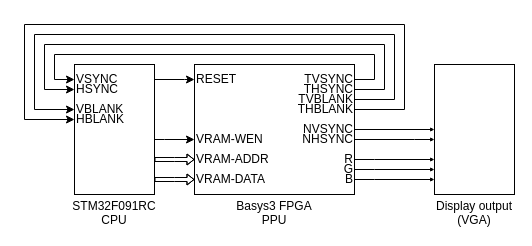
This is page "level-1" (1 of 3) of docs/ppu.drawio from lonkaars/avans-arcade, a draw.io file, before an edit. Source tidied: cells renumbered, new cells numbered last; positions are measured from the earlier drawing's top-left corner, leaving out a move shared by most shapes. Both pictures are drawn from the tidied source at 100%, with x=0, y=0 at pixel (24, 24).
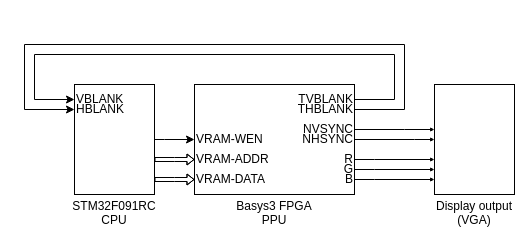
Above is the later version.

Unchanged cells that the change refers to:
```xml
<mxCell id="14" value="VRAM-ADDR" style="text;html=1;strokeColor=none;fillColor=none;align=left;verticalAlign=middle;whiteSpace=wrap;rounded=0;spacing=0;spacingRight=-100;spacingLeft=2;" parent="1" vertex="1">
  <mxGeometry x="170" y="130" height="10" as="geometry" />
</mxCell>
<mxCell id="16" value="VRAM-DATA" style="text;html=1;strokeColor=none;fillColor=none;align=left;verticalAlign=middle;whiteSpace=wrap;rounded=0;spacing=0;spacingRight=-100;spacingLeft=2;" parent="1" vertex="1">
  <mxGeometry x="170" y="150" height="10" as="geometry" />
</mxCell>
<mxCell id="19" value="VRAM-WEN" style="text;html=1;strokeColor=none;fillColor=none;align=left;verticalAlign=middle;whiteSpace=wrap;rounded=0;spacing=0;spacingRight=-100;spacingLeft=2;" parent="1" vertex="1">
  <mxGeometry x="170" y="110" height="10" as="geometry" />
</mxCell>
<mxCell id="25" value="NVSYNC" style="text;html=1;strokeColor=none;fillColor=none;align=right;verticalAlign=middle;whiteSpace=wrap;rounded=0;spacing=0;spacingRight=2;" parent="24" vertex="1">
  <mxGeometry height="10" as="geometry" />
</mxCell>
<mxCell id="31" value="TVBLANK" style="text;html=1;strokeColor=none;fillColor=none;align=right;verticalAlign=middle;whiteSpace=wrap;rounded=0;spacing=0;spacingRight=2;" parent="30" vertex="1">
  <mxGeometry height="10" as="geometry" />
</mxCell>
<mxCell id="32" value="THBLANK" style="text;html=1;strokeColor=none;fillColor=none;align=right;verticalAlign=middle;whiteSpace=wrap;rounded=0;spacing=0;spacingRight=2;" parent="30" vertex="1">
  <mxGeometry y="10" height="10" as="geometry" />
</mxCell>
```

What changed in the source:
```diff
@@
     <mxCell id="2" value="Basys3 FPGA&lt;br&gt;PPU" style="rounded=0;whiteSpace=wrap;html=1;spacingLeft=-50;spacingRight=-50;spacing=0;labelPosition=center;verticalLabelPosition=bottom;align=center;verticalAlign=top;" parent="1" vertex="1">
-      <mxGeometry x="170" y="40" width="160" height="130" as="geometry" />
+      <mxGeometry x="170" y="60" width="160" height="110" as="geometry" />
     </mxCell>
     <mxCell id="3" value="Display output&lt;br&gt;(VGA)" style="rounded=0;whiteSpace=wrap;html=1;spacingLeft=-50;spacingRight=-50;spacing=0;labelPosition=center;verticalLabelPosition=bottom;align=center;verticalAlign=top;" parent="1" vertex="1">
-      <mxGeometry x="410" y="40" width="80" height="130" as="geometry" />
+      <mxGeometry x="410" y="60" width="80" height="110" as="geometry" />
     </mxCell>
-    <mxCell id="4" style="edgeStyle=orthogonalEdgeStyle;rounded=0;jettySize=auto;html=1;endSize=6;strokeWidth=1;" parent="1" edge="1" source="6" target="12">
-      <mxGeometry relative="1" as="geometry">
-        <Array as="points">
-          <mxPoint x="160" y="55" />
-          <mxPoint x="160" y="55" />
-        </Array>
-      </mxGeometry>
-    </mxCell>
-    <mxCell id="5" style="edgeStyle=orthogonalEdgeStyle;rounded=0;sketch=0;jettySize=auto;html=1;shadow=0;startArrow=none;startFill=0;" parent="1" edge="1" source="6" target="19">
+    <mxCell id="5" style="edgeStyle=orthogonalEdgeStyle;rounded=0;sketch=0;jettySize=auto;html=1;shadow=0;startArrow=none;startFill=0;" parent="1" edge="1" target="19">
       <mxGeometry relative="1" as="geometry">
+        <mxPoint x="130" y="115" as="sourcePoint" />
         <Array as="points">
           <mxPoint x="140" y="115" />
           <mxPoint x="140" y="115" />
         </Array>
       </mxGeometry>
     </mxCell>
     <mxCell id="6" value="STM32F091RC&lt;br&gt;CPU" style="rounded=0;whiteSpace=wrap;html=1;spacingLeft=-50;spacingRight=-50;spacing=0;labelPosition=center;verticalLabelPosition=bottom;align=center;verticalAlign=top;" parent="1" vertex="1">
-      <mxGeometry x="50" y="40" width="80" height="130" as="geometry" />
+      <mxGeometry x="50" y="60" width="80" height="110" as="geometry" />
     </mxCell>
-    <mxCell id="7" style="endArrow=classic;html=1;rounded=0;edgeStyle=orthogonalEdgeStyle;elbow=vertical;align=left;shape=flexArrow;width=4;startWidth=6;endWidth=6;endSize=2;startSize=3;" parent="1" edge="1" source="6" target="16">
+    <mxCell id="7" style="endArrow=classic;html=1;rounded=0;edgeStyle=orthogonalEdgeStyle;elbow=vertical;align=left;shape=flexArrow;width=4;startWidth=6;endWidth=6;endSize=2;startSize=3;" parent="1" edge="1" target="16">
       <mxGeometry x="1" relative="1" as="geometry">
+        <mxPoint x="130" y="155" as="sourcePoint" />
         <Array as="points">
           <mxPoint x="150" y="155" />
           <mxPoint x="150" y="155" />
         </Array>
       </mxGeometry>
     </mxCell>
     <mxCell id="8" style="edgeStyle=orthogonalEdgeStyle;rounded=0;jettySize=auto;html=1;endSize=2;" parent="1" edge="1" source="25" target="3">
-      <mxGeometry relative="1" as="geometry" />
+      <mxGeometry relative="1" as="geometry">
+        <Array as="points">
+          <mxPoint x="380" y="105" />
+          <mxPoint x="380" y="105" />
+        </Array>
+      </mxGeometry>
     </mxCell>
-    <mxCell id="9" style="edgeStyle=orthogonalEdgeStyle;rounded=0;jettySize=auto;html=1;entryX=0;entryY=0.5;entryDx=0;entryDy=0;endSize=6;exitX=0;exitY=0;exitDx=0;exitDy=0;strokeWidth=1;" parent="1" edge="1" source="28" target="36">
-      <mxGeometry relative="1" as="geometry">
-        <Array as="points">
-          <mxPoint x="350" y="55" />
-          <mxPoint x="350" y="30" />
-          <mxPoint x="30" y="30" />
-          <mxPoint x="30" y="55" />
-        </Array>
-      </mxGeometry>
-    </mxCell>
@@
-    <mxCell id="11" style="edgeStyle=orthogonalEdgeStyle;rounded=0;jettySize=auto;html=1;entryX=0;entryY=0.5;entryDx=0;entryDy=0;endSize=6;exitX=0;exitY=0;exitDx=0;exitDy=0;strokeWidth=1;" parent="1" edge="1" source="29" target="37">
-      <mxGeometry relative="1" as="geometry">
-        <Array as="points">
-          <mxPoint x="360" y="65" />
-          <mxPoint x="360" y="20" />
-          <mxPoint x="20" y="20" />
-          <mxPoint x="20" y="65" />
-        </Array>
-      </mxGeometry>
-    </mxCell>
-    <mxCell id="12" value="RESET" style="text;html=1;strokeColor=none;fillColor=none;align=left;verticalAlign=middle;whiteSpace=wrap;rounded=0;spacing=0;spacingRight=-50;spacingLeft=2;" parent="1" vertex="1">
-      <mxGeometry x="170" y="50" height="10" as="geometry" />
-    </mxCell>
@@
-    <mxCell id="18" style="endArrow=classic;html=1;rounded=0;edgeStyle=orthogonalEdgeStyle;elbow=vertical;align=left;shape=flexArrow;width=4;startWidth=6;endWidth=6;endSize=2;startSize=3;" parent="1" edge="1" source="6" target="14">
+    <mxCell id="18" style="endArrow=classic;html=1;rounded=0;edgeStyle=orthogonalEdgeStyle;elbow=vertical;align=left;shape=flexArrow;width=4;startWidth=6;endWidth=6;endSize=2;startSize=3;" parent="1" edge="1" target="14">
       <mxGeometry x="1" relative="1" as="geometry">
+        <mxPoint x="130" y="135" as="sourcePoint" />
         <Array as="points">
           <mxPoint x="150" y="135" />
           <mxPoint x="150" y="135" />
         </Array>
       </mxGeometry>
     </mxCell>
@@
-    <mxCell id="27" style="group;" parent="1" vertex="1">
-      <mxGeometry x="330" y="50" height="20" as="geometry" />
-    </mxCell>
-    <mxCell id="28" value="TVSYNC" style="text;html=1;strokeColor=none;fillColor=none;align=right;verticalAlign=middle;whiteSpace=wrap;rounded=0;spacing=0;spacingRight=2;" parent="27" vertex="1">
-      <mxGeometry height="10" as="geometry" />
-    </mxCell>
-    <mxCell id="29" value="THSYNC" style="text;html=1;strokeColor=none;fillColor=none;align=right;verticalAlign=middle;whiteSpace=wrap;rounded=0;spacing=0;spacingRight=2;" parent="27" vertex="1">
-      <mxGeometry y="10" height="10" as="geometry" />
-    </mxCell>
@@
     <mxCell id="33" value="HBLANK" style="text;html=1;strokeColor=none;fillColor=none;align=left;verticalAlign=middle;whiteSpace=wrap;rounded=0;spacing=0;spacingRight=0;spacingLeft=2;" parent="1" vertex="1">
-      <mxGeometry x="50" y="90" height="10" as="geometry" />
+      <mxGeometry x="50" y="80" height="10" as="geometry" />
     </mxCell>
     <mxCell id="34" value="VBLANK" style="text;html=1;strokeColor=none;fillColor=none;align=left;verticalAlign=middle;whiteSpace=wrap;rounded=0;spacing=0;spacingRight=0;spacingLeft=2;" parent="1" vertex="1">
-      <mxGeometry x="50" y="80" height="10" as="geometry" />
+      <mxGeometry x="50" y="70" height="10" as="geometry" />
     </mxCell>
-    <mxCell id="35" style="group;" parent="1" vertex="1">
-      <mxGeometry x="50" y="50" height="20" as="geometry" />
-    </mxCell>
-    <mxCell id="36" value="VSYNC" style="text;html=1;strokeColor=none;fillColor=none;align=left;verticalAlign=middle;whiteSpace=wrap;rounded=0;spacing=0;spacingRight=0;spacingLeft=2;" parent="35" vertex="1">
-      <mxGeometry height="10" as="geometry" />
-    </mxCell>
-    <mxCell id="37" value="HSYNC" style="text;html=1;strokeColor=none;fillColor=none;align=left;verticalAlign=middle;whiteSpace=wrap;rounded=0;spacing=0;spacingRight=0;spacingLeft=2;" parent="35" vertex="1">
-      <mxGeometry y="10" height="10" as="geometry" />
-    </mxCell>
     <mxCell id="38" style="edgeStyle=orthogonalEdgeStyle;rounded=0;jettySize=auto;html=1;entryX=0;entryY=0.5;entryDx=0;entryDy=0;" parent="1" edge="1" source="31" target="34">
       <mxGeometry relative="1" as="geometry">
         <Array as="points">
           <mxPoint x="370" y="75" />
-          <mxPoint x="370" y="10" />
-          <mxPoint x="10" y="10" />
-          <mxPoint x="10" y="85" />
+          <mxPoint x="370" y="30" />
+          <mxPoint x="10" y="30" />
+          <mxPoint x="10" y="75" />
         </Array>
       </mxGeometry>
     </mxCell>
     <mxCell id="39" style="edgeStyle=orthogonalEdgeStyle;rounded=0;jettySize=auto;html=1;entryX=0;entryY=0.5;entryDx=0;entryDy=0;strokeWidth=1;endSize=6;" parent="1" edge="1" source="32" target="33">
       <mxGeometry relative="1" as="geometry">
         <Array as="points">
           <mxPoint x="380" y="85" />
-          <mxPoint x="380" />
-          <mxPoint />
-          <mxPoint y="95" />
+          <mxPoint x="380" y="20" />
+          <mxPoint y="20" />
+          <mxPoint y="85" />
         </Array>
       </mxGeometry>
     </mxCell>
```
